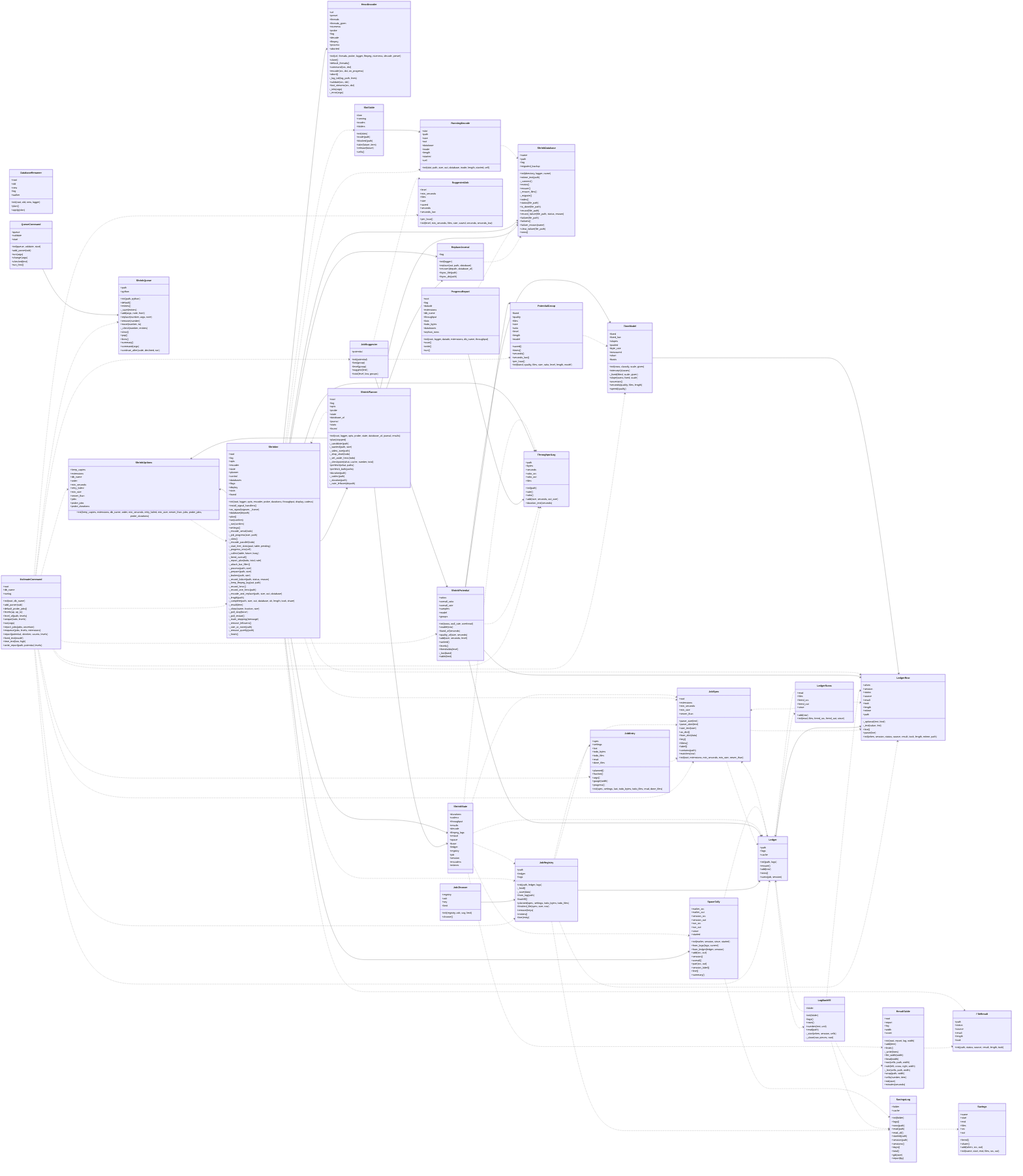
Before: docs/img/uml_shrink.png, a diagram exported from Mermaid (peddanet/mediatools). Its source is kept beside it as docs/img/uml_shrink.mmd.
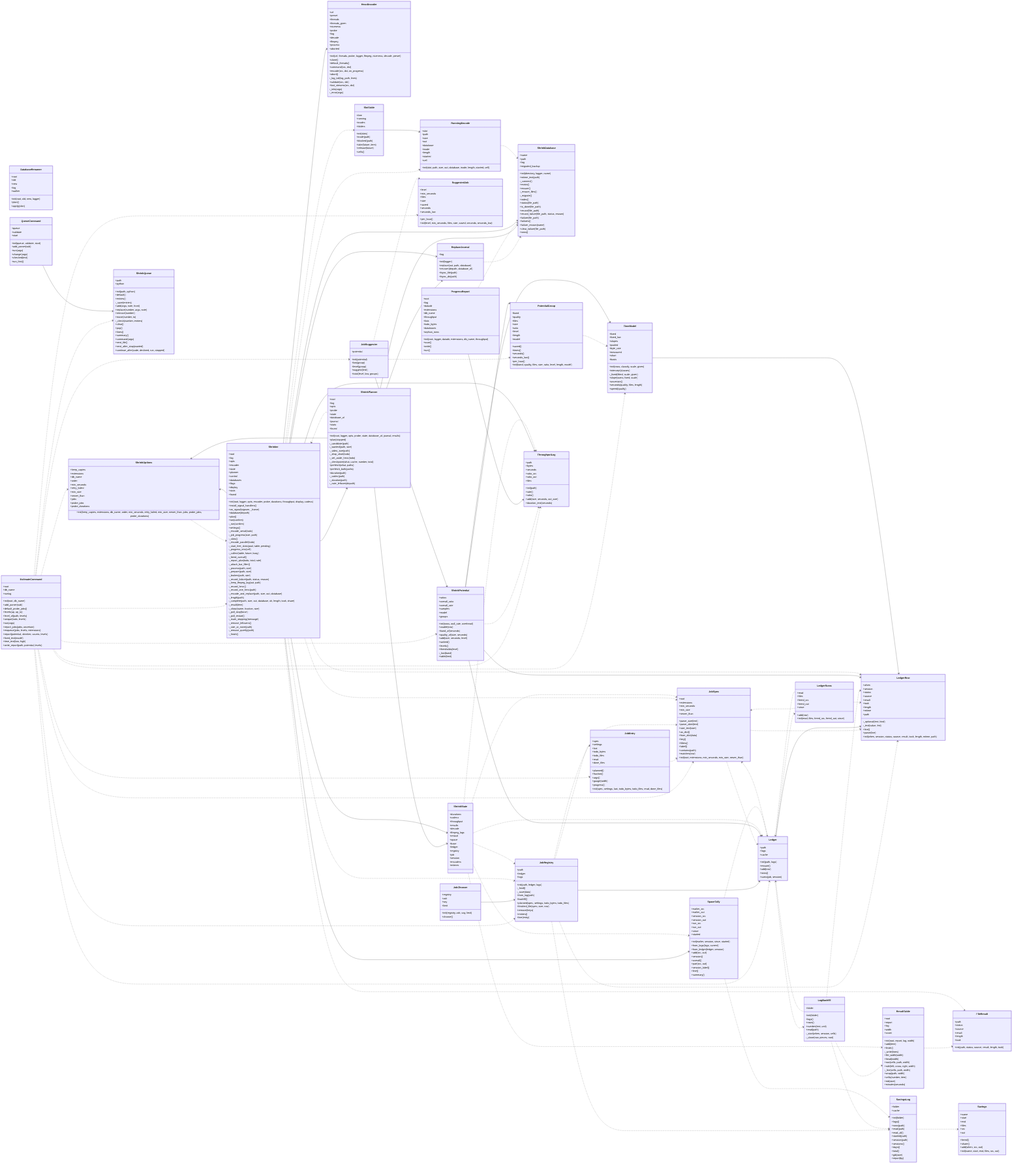
The same file after the commit.

What changed in the source:
```diff
@@ -428,7 +428,9 @@
     +lines()
     +summary()
     +command(args)
-    +continue_after(code, declined, run)
+    +next_file()
+    +next_after_stop(wanted)
+    +continue_after(code, declined, run, stopped)
   }
   class ShrinkState {
     +durations
```
